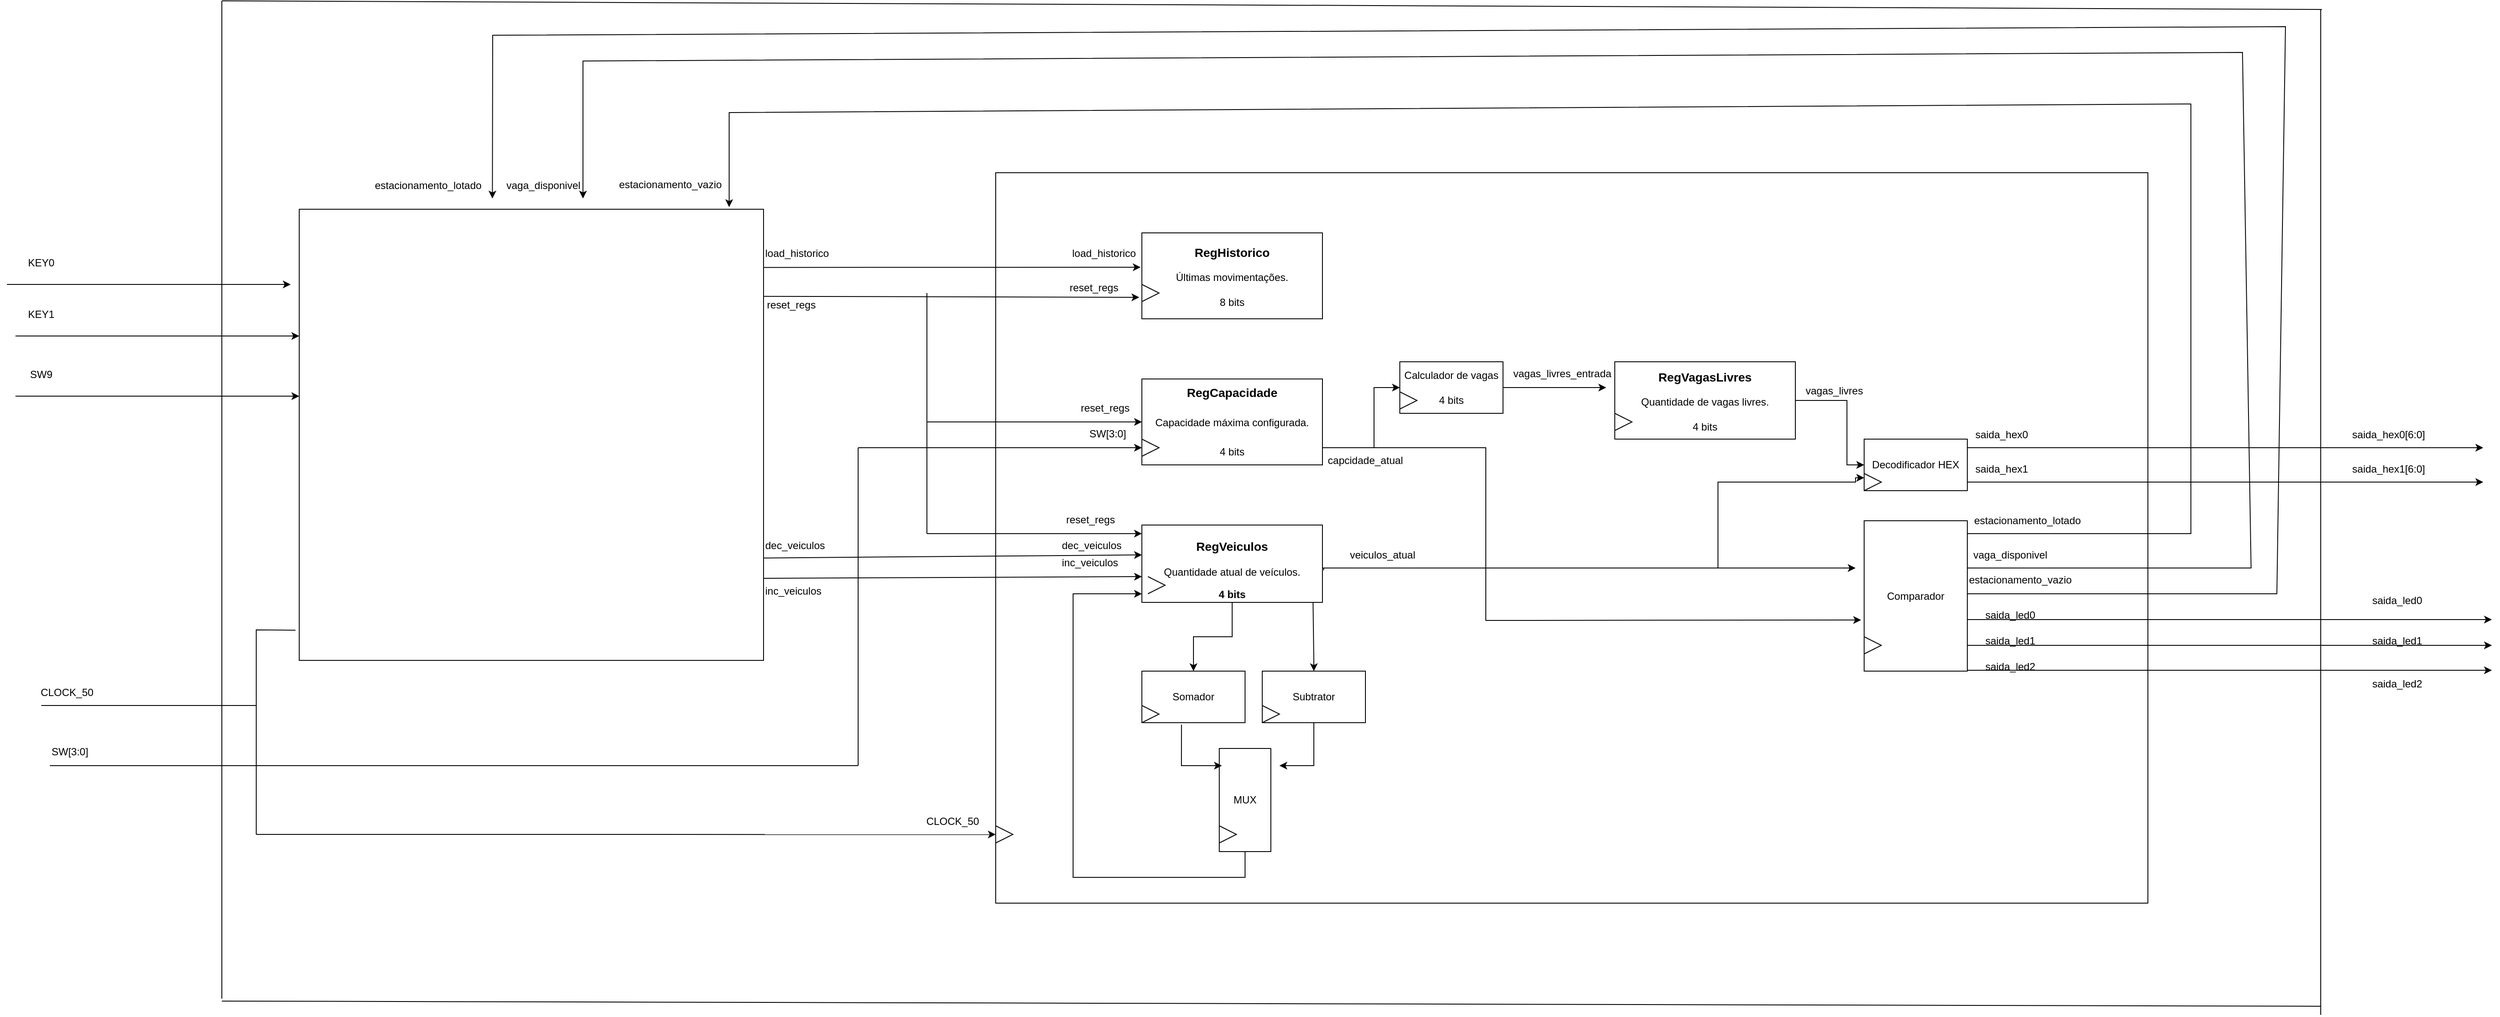
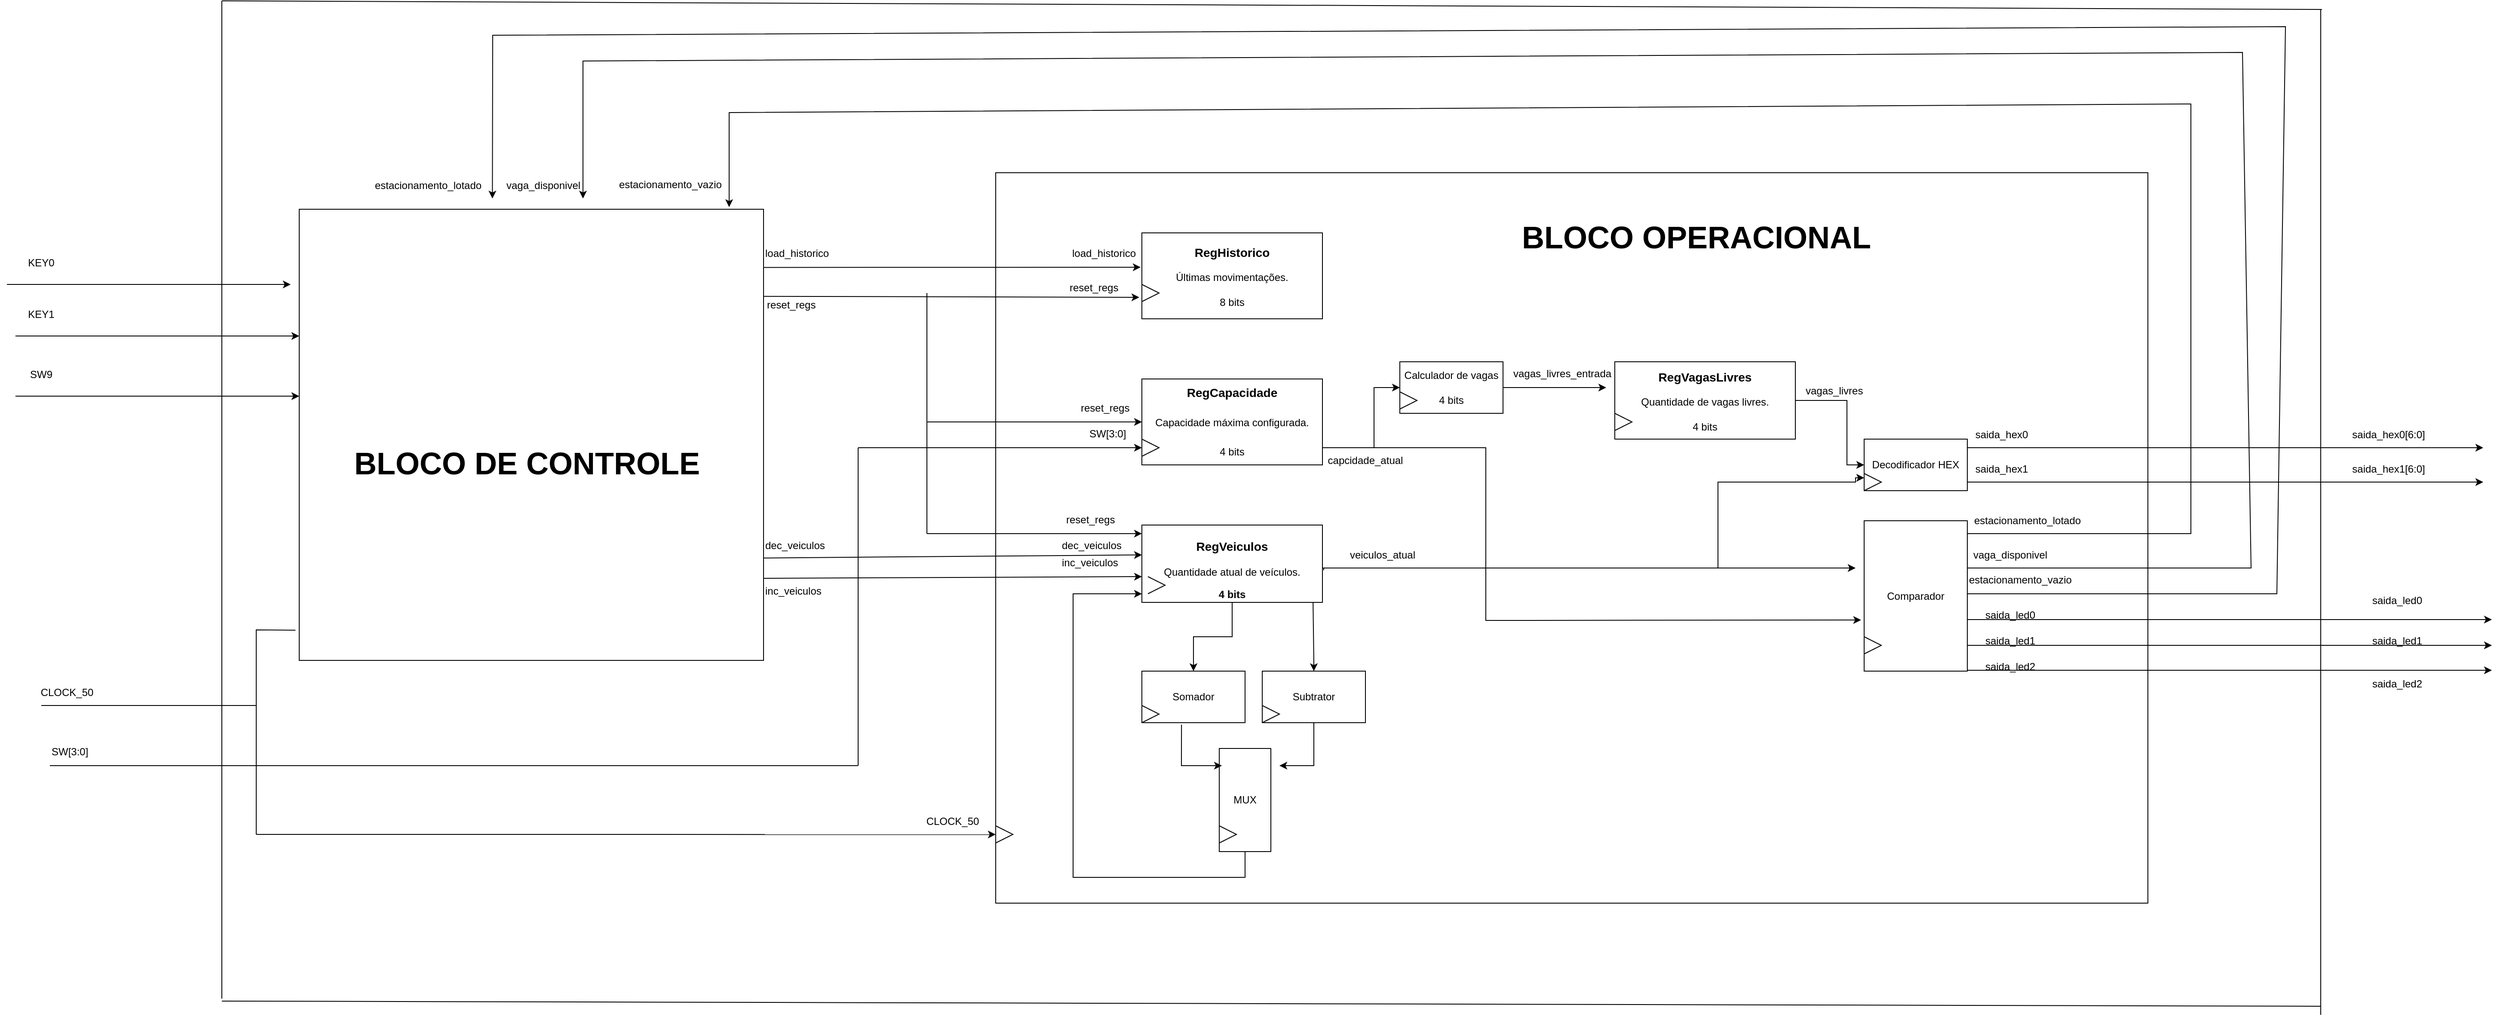
<mxfile host="app.diagrams.net">
  <diagram name="Página-1" id="d41x15CVSp_s70XJIhJv">
-     <mxGraphModel dx="2167" dy="604" grid="1" gridSize="10" guides="1" tooltips="1" connect="1" arrows="1" fold="1" page="1" pageScale="1" pageWidth="827" pageHeight="1169" math="0" shadow="0">
+     <mxGraphModel dx="2741" dy="863" grid="1" gridSize="10" guides="1" tooltips="1" connect="1" arrows="1" fold="1" page="1" pageScale="1" pageWidth="827" pageHeight="1169" math="0" shadow="0">
      <root>
        <mxCell id="0" />
        <mxCell id="1" parent="0" />
        <mxCell id="YvKMwsqnfYFEgG-n85V9-371" parent="1" style="rounded=0;whiteSpace=wrap;html=1;" value="" vertex="1">
          <mxGeometry height="850" width="1340" x="940" y="790" as="geometry" />
        </mxCell>
        <mxCell id="YvKMwsqnfYFEgG-n85V9-372" edge="1" parent="1" source="YvKMwsqnfYFEgG-n85V9-374" style="edgeStyle=orthogonalEdgeStyle;rounded=0;orthogonalLoop=1;jettySize=auto;html=1;" target="YvKMwsqnfYFEgG-n85V9-379" value="">
          <mxGeometry relative="1" as="geometry" />
        </mxCell>
        <mxCell id="YvKMwsqnfYFEgG-n85V9-373" edge="1" parent="1" source="YvKMwsqnfYFEgG-n85V9-395" style="edgeStyle=orthogonalEdgeStyle;rounded=0;orthogonalLoop=1;jettySize=auto;html=1;entryX=0;entryY=0.5;entryDx=0;entryDy=0;exitX=1;exitY=0.75;exitDx=0;exitDy=0;">
          <mxGeometry relative="1" as="geometry">
            <mxPoint x="1320" y="1277.5" as="sourcePoint" />
            <mxPoint x="2040" y="1140" as="targetPoint" />
          </mxGeometry>
        </mxCell>
        <mxCell id="YvKMwsqnfYFEgG-n85V9-374" parent="1" style="rounded=0;whiteSpace=wrap;html=1;" value="&lt;h3 data-section-id=&quot;1qr6i3u&quot; data-start=&quot;592&quot; data-end=&quot;607&quot;&gt;RegVeiculos&lt;/h3&gt;Quantidade atual de veículos.&lt;p data-start=&quot;609&quot; data-end=&quot;618&quot;&gt;&lt;/p&gt;&lt;div&gt;&lt;b&gt;4 bits&lt;/b&gt;&lt;/div&gt;" vertex="1">
          <mxGeometry height="90" width="210" x="1110" y="1200" as="geometry" />
        </mxCell>
        <mxCell id="YvKMwsqnfYFEgG-n85V9-375" parent="1" style="rounded=0;whiteSpace=wrap;html=1;" value="&lt;h3 data-section-id=&quot;1qr6i3u&quot; data-start=&quot;592&quot; data-end=&quot;607&quot;&gt;RegCapacidade&lt;br&gt;&lt;span style=&quot;background-color: transparent; font-weight: normal; font-size: 12px; color: light-dark(rgb(0, 0, 0), rgb(255, 255, 255));&quot;&gt;&lt;br&gt;Capacidade máxima configurada.&lt;br&gt;&amp;nbsp;&lt;br&gt;&lt;/span&gt;&lt;span style=&quot;background-color: transparent; font-size: 12px; font-weight: 400;&quot;&gt;4 bits&lt;/span&gt;&lt;/h3&gt;&lt;p data-start=&quot;609&quot; data-end=&quot;618&quot;&gt;&lt;/p&gt;" vertex="1">
          <mxGeometry height="100" width="210" x="1110" y="1030" as="geometry" />
        </mxCell>
        <mxCell id="YvKMwsqnfYFEgG-n85V9-376" edge="1" parent="1" source="YvKMwsqnfYFEgG-n85V9-377" style="edgeStyle=orthogonalEdgeStyle;rounded=0;orthogonalLoop=1;jettySize=auto;html=1;entryX=0;entryY=0.5;entryDx=0;entryDy=0;" target="YvKMwsqnfYFEgG-n85V9-395">
          <mxGeometry relative="1" as="geometry">
            <Array as="points">
              <mxPoint x="1930" y="1055" />
              <mxPoint x="1930" y="1130" />
            </Array>
          </mxGeometry>
        </mxCell>
        <mxCell id="YvKMwsqnfYFEgG-n85V9-377" parent="1" style="rounded=0;whiteSpace=wrap;html=1;" value="&lt;h3 data-section-id=&quot;wtvnhf&quot; data-start=&quot;807&quot; data-end=&quot;825&quot;&gt;RegVagasLivres&lt;/h3&gt;Quantidade de vagas livres.&lt;br&gt;&lt;br&gt;4 bits&lt;p data-start=&quot;827&quot; data-end=&quot;836&quot;&gt;&lt;/p&gt;" vertex="1">
          <mxGeometry height="90" width="210" x="1660" y="1010" as="geometry" />
        </mxCell>
        <mxCell id="YvKMwsqnfYFEgG-n85V9-378" parent="1" style="rounded=0;whiteSpace=wrap;html=1;" value="&lt;h3 data-section-id=&quot;1qr6i3u&quot; data-start=&quot;592&quot; data-end=&quot;607&quot;&gt;RegHistorico&lt;br&gt;&lt;/h3&gt;&lt;div&gt;Últimas movimentações.&lt;br&gt;&lt;br&gt;8 bits&lt;/div&gt;&lt;p data-start=&quot;609&quot; data-end=&quot;618&quot;&gt;&lt;/p&gt;" vertex="1">
          <mxGeometry height="100" width="210" x="1110" y="860" as="geometry" />
        </mxCell>
        <mxCell id="YvKMwsqnfYFEgG-n85V9-379" parent="1" style="rounded=0;whiteSpace=wrap;html=1;" value="Somador" vertex="1">
          <mxGeometry height="60" width="120" x="1110" y="1370" as="geometry" />
        </mxCell>
        <mxCell id="YvKMwsqnfYFEgG-n85V9-380" parent="1" style="rounded=0;whiteSpace=wrap;html=1;" value="Subtrator" vertex="1">
          <mxGeometry height="60" width="120" x="1250" y="1370" as="geometry" />
        </mxCell>
        <mxCell id="YvKMwsqnfYFEgG-n85V9-381" parent="1" style="rounded=0;whiteSpace=wrap;html=1;" value="Comparador" vertex="1">
          <mxGeometry height="175" width="120" x="1950" y="1195" as="geometry" />
        </mxCell>
        <mxCell id="YvKMwsqnfYFEgG-n85V9-382" edge="1" parent="1" source="YvKMwsqnfYFEgG-n85V9-383" style="edgeStyle=orthogonalEdgeStyle;rounded=0;orthogonalLoop=1;jettySize=auto;html=1;">
          <mxGeometry relative="1" as="geometry">
            <mxPoint x="1650" y="1040" as="targetPoint" />
          </mxGeometry>
        </mxCell>
        <mxCell id="YvKMwsqnfYFEgG-n85V9-383" parent="1" style="rounded=0;whiteSpace=wrap;html=1;" value="Calculador de vagas&lt;br&gt;&lt;br&gt;4 bits" vertex="1">
          <mxGeometry height="60" width="120" x="1410" y="1010" as="geometry" />
        </mxCell>
        <mxCell id="YvKMwsqnfYFEgG-n85V9-384" edge="1" parent="1" source="YvKMwsqnfYFEgG-n85V9-374" style="endArrow=classic;html=1;rounded=0;exitX=0.948;exitY=1;exitDx=0;exitDy=0;exitPerimeter=0;entryX=0.5;entryY=0;entryDx=0;entryDy=0;" target="YvKMwsqnfYFEgG-n85V9-380" value="">
          <mxGeometry height="50" relative="1" width="50" as="geometry">
            <Array as="points">
              <mxPoint x="1310" y="1360" />
            </Array>
            <mxPoint x="1330" y="1370" as="sourcePoint" />
            <mxPoint x="1430" y="1360" as="targetPoint" />
          </mxGeometry>
        </mxCell>
        <mxCell id="YvKMwsqnfYFEgG-n85V9-385" parent="1" style="rounded=0;whiteSpace=wrap;html=1;rotation=90;" value="" vertex="1">
          <mxGeometry height="60" width="120" x="1170" y="1490" as="geometry" />
        </mxCell>
        <mxCell id="YvKMwsqnfYFEgG-n85V9-386" edge="1" parent="1" source="YvKMwsqnfYFEgG-n85V9-379" style="endArrow=classic;html=1;rounded=0;entryX=0.167;entryY=0.95;entryDx=0;entryDy=0;entryPerimeter=0;exitX=0.384;exitY=1.037;exitDx=0;exitDy=0;exitPerimeter=0;" target="YvKMwsqnfYFEgG-n85V9-385" value="">
          <mxGeometry height="50" relative="1" width="50" as="geometry">
            <Array as="points">
              <mxPoint x="1156" y="1480" />
            </Array>
            <mxPoint x="1551" y="1290" as="sourcePoint" />
            <mxPoint x="1601" y="1240" as="targetPoint" />
          </mxGeometry>
        </mxCell>
        <mxCell id="YvKMwsqnfYFEgG-n85V9-387" edge="1" parent="1" source="YvKMwsqnfYFEgG-n85V9-380" style="endArrow=classic;html=1;rounded=0;exitX=0.5;exitY=1;exitDx=0;exitDy=0;" value="">
          <mxGeometry height="50" relative="1" width="50" as="geometry">
            <Array as="points">
              <mxPoint x="1310" y="1480" />
            </Array>
            <mxPoint x="1320" y="1440" as="sourcePoint" />
            <mxPoint x="1270" y="1480" as="targetPoint" />
          </mxGeometry>
        </mxCell>
        <mxCell id="YvKMwsqnfYFEgG-n85V9-388" parent="1" style="text;html=1;whiteSpace=wrap;strokeColor=none;fillColor=none;align=center;verticalAlign=middle;rounded=0;" value="MUX" vertex="1">
          <mxGeometry height="30" width="60" x="1200" y="1505" as="geometry" />
        </mxCell>
        <mxCell id="YvKMwsqnfYFEgG-n85V9-389" edge="1" parent="1" style="endArrow=classic;html=1;rounded=0;entryX=0;entryY=0.5;entryDx=0;entryDy=0;" target="YvKMwsqnfYFEgG-n85V9-383" value="">
          <mxGeometry height="50" relative="1" width="50" as="geometry">
            <Array as="points">
              <mxPoint x="1380" y="1110" />
              <mxPoint x="1380" y="1040" />
            </Array>
            <mxPoint x="1320" y="1110" as="sourcePoint" />
            <mxPoint x="1370" y="990" as="targetPoint" />
          </mxGeometry>
        </mxCell>
        <mxCell id="YvKMwsqnfYFEgG-n85V9-390" edge="1" parent="1" source="YvKMwsqnfYFEgG-n85V9-385" style="endArrow=classic;html=1;rounded=0;entryX=0;entryY=0.667;entryDx=0;entryDy=0;entryPerimeter=0;exitX=1;exitY=0.5;exitDx=0;exitDy=0;" value="">
          <mxGeometry height="50" relative="1" width="50" as="geometry">
            <Array as="points">
              <mxPoint x="1230" y="1610" />
              <mxPoint x="1030" y="1610" />
              <mxPoint x="1030" y="1280" />
            </Array>
            <mxPoint x="1230" y="1600" as="sourcePoint" />
            <mxPoint x="1110" y="1280.03" as="targetPoint" />
          </mxGeometry>
        </mxCell>
        <mxCell id="YvKMwsqnfYFEgG-n85V9-391" edge="1" parent="1" style="endArrow=classic;html=1;rounded=0;" value="">
          <mxGeometry height="50" relative="1" width="50" as="geometry">
            <Array as="points">
              <mxPoint x="2330" y="1210" />
              <mxPoint x="2330" y="710" />
              <mxPoint x="630" y="720" />
            </Array>
            <mxPoint x="2070" y="1210" as="sourcePoint" />
            <mxPoint x="630" y="830" as="targetPoint" />
          </mxGeometry>
        </mxCell>
        <mxCell id="YvKMwsqnfYFEgG-n85V9-392" edge="1" parent="1" style="endArrow=classic;html=1;rounded=0;" value="">
          <mxGeometry height="50" relative="1" width="50" as="geometry">
            <Array as="points">
              <mxPoint x="2430" y="1280" />
              <mxPoint x="2440" y="620" />
              <mxPoint x="355" y="630" />
            </Array>
            <mxPoint x="2070" y="1280" as="sourcePoint" />
            <mxPoint x="354.666748046875" y="820" as="targetPoint" />
          </mxGeometry>
        </mxCell>
        <mxCell id="YvKMwsqnfYFEgG-n85V9-393" edge="1" parent="1" style="endArrow=classic;html=1;rounded=0;" value="">
          <mxGeometry height="50" relative="1" width="50" as="geometry">
            <Array as="points">
              <mxPoint x="2400" y="1250" />
              <mxPoint x="2390" y="650" />
              <mxPoint x="460" y="660" />
            </Array>
            <mxPoint x="2070" y="1250" as="sourcePoint" />
            <mxPoint x="460" y="820" as="targetPoint" />
          </mxGeometry>
        </mxCell>
        <mxCell id="YvKMwsqnfYFEgG-n85V9-394" edge="1" parent="1" source="YvKMwsqnfYFEgG-n85V9-374" style="edgeStyle=orthogonalEdgeStyle;rounded=0;orthogonalLoop=1;jettySize=auto;html=1;exitX=1.007;exitY=0.585;exitDx=0;exitDy=0;entryX=0;entryY=0.75;entryDx=0;entryDy=0;exitPerimeter=0;" target="YvKMwsqnfYFEgG-n85V9-395" value="">
          <mxGeometry relative="1" as="geometry">
            <Array as="points">
              <mxPoint x="1322" y="1250" />
              <mxPoint x="1780" y="1250" />
              <mxPoint x="1780" y="1150" />
              <mxPoint x="1940" y="1150" />
              <mxPoint x="1940" y="1145" />
            </Array>
            <mxPoint x="1310" y="1277.5" as="sourcePoint" />
            <mxPoint x="1930" y="1145" as="targetPoint" />
          </mxGeometry>
        </mxCell>
        <mxCell id="YvKMwsqnfYFEgG-n85V9-395" parent="1" style="rounded=0;whiteSpace=wrap;html=1;" value="Decodificador HEX" vertex="1">
          <mxGeometry height="60" width="120" x="1950" y="1100" as="geometry" />
        </mxCell>
        <mxCell id="YvKMwsqnfYFEgG-n85V9-396" parent="1" style="text;html=1;whiteSpace=wrap;strokeColor=none;fillColor=none;align=center;verticalAlign=middle;rounded=0;" value="estacionamento_lotado" vertex="1">
          <mxGeometry height="30" width="60" x="2110" y="1180" as="geometry" />
        </mxCell>
        <mxCell id="YvKMwsqnfYFEgG-n85V9-397" parent="1" style="text;html=1;whiteSpace=wrap;strokeColor=none;fillColor=none;align=center;verticalAlign=middle;rounded=0;" value="vaga_disponivel" vertex="1">
          <mxGeometry height="30" width="60" x="2090" y="1220" as="geometry" />
        </mxCell>
        <mxCell id="YvKMwsqnfYFEgG-n85V9-398" edge="1" parent="1" source="YvKMwsqnfYFEgG-n85V9-381" style="edgeStyle=orthogonalEdgeStyle;rounded=0;orthogonalLoop=1;jettySize=auto;html=1;exitX=0.5;exitY=1;exitDx=0;exitDy=0;" target="YvKMwsqnfYFEgG-n85V9-381">
          <mxGeometry relative="1" as="geometry" />
        </mxCell>
        <mxCell id="YvKMwsqnfYFEgG-n85V9-399" edge="1" parent="1" style="endArrow=classic;html=1;rounded=0;" value="">
          <mxGeometry height="50" relative="1" width="50" as="geometry">
            <mxPoint x="1320" y="1250" as="sourcePoint" />
            <mxPoint x="1940" y="1250" as="targetPoint" />
          </mxGeometry>
        </mxCell>
        <mxCell id="YvKMwsqnfYFEgG-n85V9-400" parent="1" style="text;whiteSpace=wrap;html=1;" value="vagas_livres_entrada" vertex="1">
          <mxGeometry height="40" width="140" x="1540" y="1010" as="geometry" />
        </mxCell>
        <mxCell id="YvKMwsqnfYFEgG-n85V9-401" parent="1" style="text;whiteSpace=wrap;" value="vagas_livres" vertex="1">
          <mxGeometry height="40" width="120" x="1880" y="1030" as="geometry" />
        </mxCell>
        <mxCell id="YvKMwsqnfYFEgG-n85V9-402" edge="1" parent="1" style="endArrow=classic;html=1;rounded=0;entryX=0;entryY=0.111;entryDx=0;entryDy=0;entryPerimeter=0;" target="YvKMwsqnfYFEgG-n85V9-374" value="">
          <mxGeometry height="50" relative="1" width="50" as="geometry">
            <mxPoint x="860" y="1210" as="sourcePoint" />
            <mxPoint x="1040" y="1160" as="targetPoint" />
          </mxGeometry>
        </mxCell>
        <mxCell id="YvKMwsqnfYFEgG-n85V9-403" edge="1" parent="1" source="YvKMwsqnfYFEgG-n85V9-441" style="endArrow=classic;html=1;rounded=0;exitX=1;exitY=0.773;exitDx=0;exitDy=0;exitPerimeter=0;" value="">
          <mxGeometry height="50" relative="1" width="50" as="geometry">
            <mxPoint x="990" y="1235.25" as="sourcePoint" />
            <mxPoint x="1110" y="1234.75" as="targetPoint" />
          </mxGeometry>
        </mxCell>
        <mxCell id="YvKMwsqnfYFEgG-n85V9-404" edge="1" parent="1" source="YvKMwsqnfYFEgG-n85V9-441" style="endArrow=classic;html=1;rounded=0;entryX=0;entryY=0.667;entryDx=0;entryDy=0;entryPerimeter=0;exitX=1.001;exitY=0.818;exitDx=0;exitDy=0;exitPerimeter=0;" target="YvKMwsqnfYFEgG-n85V9-374" value="">
          <mxGeometry height="50" relative="1" width="50" as="geometry">
            <mxPoint x="990" y="1260" as="sourcePoint" />
            <mxPoint x="1040" y="1210" as="targetPoint" />
          </mxGeometry>
        </mxCell>
        <mxCell id="YvKMwsqnfYFEgG-n85V9-405" edge="1" parent="1" style="endArrow=classic;html=1;rounded=0;" value="">
          <mxGeometry height="50" relative="1" width="50" as="geometry">
            <mxPoint x="860" y="1080" as="sourcePoint" />
            <mxPoint x="1110" y="1080" as="targetPoint" />
          </mxGeometry>
        </mxCell>
        <mxCell id="YvKMwsqnfYFEgG-n85V9-406" parent="1" style="text;whiteSpace=wrap;html=1;" value="SW[3:0]" vertex="1">
          <mxGeometry height="40" width="80" x="1047" y="1080" as="geometry" />
        </mxCell>
        <mxCell id="YvKMwsqnfYFEgG-n85V9-407" edge="1" parent="1" style="endArrow=classic;html=1;rounded=0;" value="">
          <mxGeometry height="50" relative="1" width="50" as="geometry">
            <mxPoint x="780" y="1110" as="sourcePoint" />
            <mxPoint x="1110" y="1110" as="targetPoint" />
          </mxGeometry>
        </mxCell>
        <mxCell id="YvKMwsqnfYFEgG-n85V9-408" parent="1" style="text;whiteSpace=wrap;" value="load_historico" vertex="1">
          <mxGeometry height="40" width="110" x="1027" y="870" as="geometry" />
        </mxCell>
        <mxCell id="YvKMwsqnfYFEgG-n85V9-409" edge="1" parent="1" source="YvKMwsqnfYFEgG-n85V9-441" style="endArrow=classic;html=1;rounded=0;exitX=1;exitY=0.129;exitDx=0;exitDy=0;exitPerimeter=0;" value="">
          <mxGeometry height="50" relative="1" width="50" as="geometry">
            <mxPoint x="1031.5" y="900" as="sourcePoint" />
            <mxPoint x="1108.5" y="900" as="targetPoint" />
          </mxGeometry>
        </mxCell>
        <mxCell id="YvKMwsqnfYFEgG-n85V9-410" edge="1" parent="1" source="YvKMwsqnfYFEgG-n85V9-441" style="endArrow=classic;html=1;rounded=0;exitX=1;exitY=0.193;exitDx=0;exitDy=0;exitPerimeter=0;" value="">
          <mxGeometry height="50" relative="1" width="50" as="geometry">
            <mxPoint x="1030" y="935" as="sourcePoint" />
            <mxPoint x="1107" y="935" as="targetPoint" />
          </mxGeometry>
        </mxCell>
        <mxCell id="YvKMwsqnfYFEgG-n85V9-411" edge="1" parent="1" style="endArrow=classic;html=1;rounded=0;" value="">
          <mxGeometry height="50" relative="1" width="50" as="geometry">
            <Array as="points">
              <mxPoint x="2110" y="1150" />
            </Array>
            <mxPoint x="2070" y="1150" as="sourcePoint" />
            <mxPoint x="2670" y="1150" as="targetPoint" />
          </mxGeometry>
        </mxCell>
        <mxCell id="YvKMwsqnfYFEgG-n85V9-412" parent="1" style="text;whiteSpace=wrap;html=1;" value="inc_veiculos" vertex="1">
          <mxGeometry height="40" width="100" x="1015" y="1230" as="geometry" />
        </mxCell>
        <mxCell id="YvKMwsqnfYFEgG-n85V9-413" parent="1" style="text;whiteSpace=wrap;html=1;" value="dec_veiculos" vertex="1">
          <mxGeometry height="40" width="100" x="1015" y="1210" as="geometry" />
        </mxCell>
        <mxCell id="YvKMwsqnfYFEgG-n85V9-414" parent="1" style="text;whiteSpace=wrap;html=1;" value="reset_regs" vertex="1">
          <mxGeometry height="30" width="90" x="1020" y="1180" as="geometry" />
        </mxCell>
        <mxCell id="YvKMwsqnfYFEgG-n85V9-415" parent="1" style="text;whiteSpace=wrap;html=1;" value="reset_regs" vertex="1">
          <mxGeometry height="40" width="90" x="1037" y="1050" as="geometry" />
        </mxCell>
        <mxCell id="YvKMwsqnfYFEgG-n85V9-416" parent="1" style="text;whiteSpace=wrap;html=1;" value="reset_regs" vertex="1">
          <mxGeometry height="40" width="97" x="1023.5" y="910" as="geometry" />
        </mxCell>
        <mxCell id="YvKMwsqnfYFEgG-n85V9-417" parent="1" style="text;whiteSpace=wrap;html=1;" value="estacionamento_vazio" vertex="1">
          <mxGeometry height="40" width="150" x="2070" y="1250" as="geometry" />
        </mxCell>
        <mxCell id="YvKMwsqnfYFEgG-n85V9-418" edge="1" parent="1" style="endArrow=classic;html=1;rounded=0;" value="">
          <mxGeometry height="50" relative="1" width="50" as="geometry">
            <mxPoint x="2070" y="1310" as="sourcePoint" />
            <mxPoint x="2680" y="1310" as="targetPoint" />
          </mxGeometry>
        </mxCell>
        <mxCell id="YvKMwsqnfYFEgG-n85V9-419" edge="1" parent="1" style="endArrow=classic;html=1;rounded=0;" value="">
          <mxGeometry height="50" relative="1" width="50" as="geometry">
            <mxPoint x="2070" y="1369" as="sourcePoint" />
            <mxPoint x="2680" y="1369" as="targetPoint" />
          </mxGeometry>
        </mxCell>
        <mxCell id="YvKMwsqnfYFEgG-n85V9-420" edge="1" parent="1" style="endArrow=classic;html=1;rounded=0;" value="">
          <mxGeometry height="50" relative="1" width="50" as="geometry">
            <mxPoint x="2070" y="1340" as="sourcePoint" />
            <mxPoint x="2680" y="1340" as="targetPoint" />
          </mxGeometry>
        </mxCell>
        <mxCell id="YvKMwsqnfYFEgG-n85V9-421" parent="1" style="text;html=1;whiteSpace=wrap;strokeColor=none;fillColor=none;align=center;verticalAlign=middle;rounded=0;" value="saida_led0" vertex="1">
          <mxGeometry height="30" width="60" x="2090" y="1290" as="geometry" />
        </mxCell>
        <mxCell id="YvKMwsqnfYFEgG-n85V9-422" parent="1" style="text;html=1;whiteSpace=wrap;strokeColor=none;fillColor=none;align=center;verticalAlign=middle;rounded=0;" value="saida_led1" vertex="1">
          <mxGeometry height="30" width="60" x="2090" y="1320" as="geometry" />
        </mxCell>
        <mxCell id="YvKMwsqnfYFEgG-n85V9-423" parent="1" style="text;html=1;whiteSpace=wrap;strokeColor=none;fillColor=none;align=center;verticalAlign=middle;rounded=0;" value="saida_led2" vertex="1">
          <mxGeometry height="30" width="60" x="2090" y="1350" as="geometry" />
        </mxCell>
        <mxCell id="YvKMwsqnfYFEgG-n85V9-424" edge="1" parent="1" style="endArrow=classic;html=1;rounded=0;" value="">
          <mxGeometry height="50" relative="1" width="50" as="geometry">
            <mxPoint x="2070" y="1110" as="sourcePoint" />
            <mxPoint x="2670" y="1110" as="targetPoint" />
          </mxGeometry>
        </mxCell>
        <mxCell id="YvKMwsqnfYFEgG-n85V9-425" parent="1" style="text;html=1;whiteSpace=wrap;strokeColor=none;fillColor=none;align=center;verticalAlign=middle;rounded=0;" value="saida_hex0" vertex="1">
          <mxGeometry height="30" width="60" x="2080" y="1080" as="geometry" />
        </mxCell>
        <mxCell id="YvKMwsqnfYFEgG-n85V9-426" parent="1" style="text;html=1;whiteSpace=wrap;strokeColor=none;fillColor=none;align=center;verticalAlign=middle;rounded=0;" value="saida_hex1" vertex="1">
          <mxGeometry height="30" width="60" x="2080" y="1120" as="geometry" />
        </mxCell>
        <mxCell id="YvKMwsqnfYFEgG-n85V9-427" edge="1" parent="1" style="endArrow=classic;html=1;rounded=0;entryX=-0.03;entryY=0.66;entryDx=0;entryDy=0;entryPerimeter=0;" target="YvKMwsqnfYFEgG-n85V9-381" value="">
          <mxGeometry height="50" relative="1" width="50" as="geometry">
            <Array as="points">
              <mxPoint x="1510" y="1110" />
              <mxPoint x="1510" y="1311" />
            </Array>
            <mxPoint x="1380" y="1110" as="sourcePoint" />
            <mxPoint x="1430" y="1060" as="targetPoint" />
          </mxGeometry>
        </mxCell>
        <mxCell id="YvKMwsqnfYFEgG-n85V9-428" parent="1" style="text;html=1;whiteSpace=wrap;strokeColor=none;fillColor=none;align=center;verticalAlign=middle;rounded=0;" value="veiculos_atual" vertex="1">
          <mxGeometry height="30" width="60" x="1360" y="1220" as="geometry" />
        </mxCell>
        <mxCell id="YvKMwsqnfYFEgG-n85V9-429" parent="1" style="text;html=1;whiteSpace=wrap;strokeColor=none;fillColor=none;align=center;verticalAlign=middle;rounded=0;" value="capcidade_atual" vertex="1">
          <mxGeometry height="30" width="60" x="1340" y="1110" as="geometry" />
        </mxCell>
        <mxCell id="YvKMwsqnfYFEgG-n85V9-430" edge="1" parent="1" style="endArrow=none;html=1;rounded=0;" value="">
          <mxGeometry height="50" relative="1" width="50" as="geometry">
            <Array as="points">
              <mxPoint x="1137" y="1270" />
            </Array>
            <mxPoint x="1117" y="1260" as="sourcePoint" />
            <mxPoint x="1117" y="1280" as="targetPoint" />
          </mxGeometry>
        </mxCell>
        <mxCell id="YvKMwsqnfYFEgG-n85V9-431" edge="1" parent="1" style="endArrow=none;html=1;rounded=0;" value="">
          <mxGeometry height="50" relative="1" width="50" as="geometry">
            <Array as="points">
              <mxPoint x="1130" y="1110" />
            </Array>
            <mxPoint x="1110" y="1100" as="sourcePoint" />
            <mxPoint x="1110" y="1120" as="targetPoint" />
          </mxGeometry>
        </mxCell>
        <mxCell id="YvKMwsqnfYFEgG-n85V9-432" edge="1" parent="1" style="endArrow=none;html=1;rounded=0;" value="">
          <mxGeometry height="50" relative="1" width="50" as="geometry">
            <Array as="points">
              <mxPoint x="1130" y="930" />
            </Array>
            <mxPoint x="1110" y="920" as="sourcePoint" />
            <mxPoint x="1110" y="940" as="targetPoint" />
          </mxGeometry>
        </mxCell>
        <mxCell id="YvKMwsqnfYFEgG-n85V9-433" edge="1" parent="1" style="endArrow=none;html=1;rounded=0;" value="">
          <mxGeometry height="50" relative="1" width="50" as="geometry">
            <Array as="points">
              <mxPoint x="1680" y="1080" />
            </Array>
            <mxPoint x="1660" y="1070" as="sourcePoint" />
            <mxPoint x="1660" y="1090" as="targetPoint" />
          </mxGeometry>
        </mxCell>
        <mxCell id="YvKMwsqnfYFEgG-n85V9-434" edge="1" parent="1" style="endArrow=none;html=1;rounded=0;" value="">
          <mxGeometry height="50" relative="1" width="50" as="geometry">
            <Array as="points">
              <mxPoint x="1430" y="1055" />
            </Array>
            <mxPoint x="1410" y="1045" as="sourcePoint" />
            <mxPoint x="1410" y="1065" as="targetPoint" />
          </mxGeometry>
        </mxCell>
        <mxCell id="YvKMwsqnfYFEgG-n85V9-435" edge="1" parent="1" style="endArrow=none;html=1;rounded=0;" value="">
          <mxGeometry height="50" relative="1" width="50" as="geometry">
            <Array as="points">
              <mxPoint x="1970" y="1340" />
            </Array>
            <mxPoint x="1950" y="1330" as="sourcePoint" />
            <mxPoint x="1950" y="1350" as="targetPoint" />
          </mxGeometry>
        </mxCell>
        <mxCell id="YvKMwsqnfYFEgG-n85V9-436" edge="1" parent="1" style="endArrow=none;html=1;rounded=0;" value="">
          <mxGeometry height="50" relative="1" width="50" as="geometry">
            <Array as="points">
              <mxPoint x="1970" y="1150" />
            </Array>
            <mxPoint x="1950" y="1140" as="sourcePoint" />
            <mxPoint x="1950" y="1160" as="targetPoint" />
          </mxGeometry>
        </mxCell>
        <mxCell id="YvKMwsqnfYFEgG-n85V9-437" edge="1" parent="1" style="endArrow=none;html=1;rounded=0;" value="">
          <mxGeometry height="50" relative="1" width="50" as="geometry">
            <Array as="points">
              <mxPoint x="1130" y="1420" />
            </Array>
            <mxPoint x="1110" y="1410" as="sourcePoint" />
            <mxPoint x="1110" y="1430" as="targetPoint" />
          </mxGeometry>
        </mxCell>
        <mxCell id="YvKMwsqnfYFEgG-n85V9-438" edge="1" parent="1" style="endArrow=none;html=1;rounded=0;" value="">
          <mxGeometry height="50" relative="1" width="50" as="geometry">
            <Array as="points">
              <mxPoint x="1270" y="1420" />
            </Array>
            <mxPoint x="1250" y="1410" as="sourcePoint" />
            <mxPoint x="1250" y="1430" as="targetPoint" />
          </mxGeometry>
        </mxCell>
        <mxCell id="YvKMwsqnfYFEgG-n85V9-439" edge="1" parent="1" style="endArrow=none;html=1;rounded=0;" value="">
          <mxGeometry height="50" relative="1" width="50" as="geometry">
            <Array as="points">
              <mxPoint x="1220" y="1560" />
            </Array>
            <mxPoint x="1200" y="1550" as="sourcePoint" />
            <mxPoint x="1200" y="1570" as="targetPoint" />
          </mxGeometry>
        </mxCell>
        <mxCell id="YvKMwsqnfYFEgG-n85V9-441" parent="1" style="rounded=0;whiteSpace=wrap;html=1;" value="" vertex="1">
          <mxGeometry height="525" width="540" x="130" y="832.5" as="geometry" />
        </mxCell>
        <mxCell id="YvKMwsqnfYFEgG-n85V9-442" edge="1" parent="1" style="endArrow=none;html=1;rounded=0;" value="">
          <mxGeometry height="50" relative="1" width="50" as="geometry">
            <mxPoint x="860" y="1080" as="sourcePoint" />
            <mxPoint x="860" y="930" as="targetPoint" />
          </mxGeometry>
        </mxCell>
        <mxCell id="YvKMwsqnfYFEgG-n85V9-443" edge="1" parent="1" style="endArrow=none;html=1;rounded=0;" value="">
          <mxGeometry height="50" relative="1" width="50" as="geometry">
            <mxPoint x="860" y="1210" as="sourcePoint" />
            <mxPoint x="860" y="1080" as="targetPoint" />
          </mxGeometry>
        </mxCell>
        <mxCell id="YvKMwsqnfYFEgG-n85V9-444" parent="1" style="text;whiteSpace=wrap;html=1;" value="dec_veiculos" vertex="1">
          <mxGeometry height="40" width="100" x="670" y="1210" as="geometry" />
        </mxCell>
        <mxCell id="YvKMwsqnfYFEgG-n85V9-445" parent="1" style="text;whiteSpace=wrap;html=1;" value="inc_veiculos" vertex="1">
          <mxGeometry height="40" width="100" x="670" y="1262.5" as="geometry" />
        </mxCell>
        <mxCell id="YvKMwsqnfYFEgG-n85V9-446" parent="1" style="text;whiteSpace=wrap;html=1;" value="reset_regs" vertex="1">
          <mxGeometry height="40" width="97" x="671.5" y="930" as="geometry" />
        </mxCell>
        <mxCell id="YvKMwsqnfYFEgG-n85V9-447" parent="1" style="text;whiteSpace=wrap;" value="load_historico" vertex="1">
          <mxGeometry height="40" width="110" x="670" y="870" as="geometry" />
        </mxCell>
        <mxCell id="YvKMwsqnfYFEgG-n85V9-448" edge="1" parent="1" style="endArrow=none;html=1;rounded=0;" value="">
          <mxGeometry height="50" relative="1" width="50" as="geometry">
            <mxPoint x="780" y="1480" as="sourcePoint" />
            <mxPoint x="780" y="1110" as="targetPoint" />
          </mxGeometry>
        </mxCell>
        <mxCell id="YvKMwsqnfYFEgG-n85V9-451" edge="1" parent="1" style="endArrow=none;html=1;rounded=0;" value="">
          <mxGeometry height="50" relative="1" width="50" as="geometry">
            <mxPoint x="-160" y="1480" as="sourcePoint" />
            <mxPoint x="780" y="1480" as="targetPoint" />
          </mxGeometry>
        </mxCell>
        <mxCell id="YvKMwsqnfYFEgG-n85V9-452" parent="1" style="text;whiteSpace=wrap;html=1;" value="SW[3:0]" vertex="1">
          <mxGeometry height="40" width="80" x="-160" y="1450" as="geometry" />
        </mxCell>
        <mxCell id="YvKMwsqnfYFEgG-n85V9-454" edge="1" parent="1" style="endArrow=classic;html=1;rounded=0;entryX=0;entryY=0.906;entryDx=0;entryDy=0;entryPerimeter=0;" target="YvKMwsqnfYFEgG-n85V9-371" value="">
          <mxGeometry height="50" relative="1" width="50" as="geometry">
            <mxPoint x="80" y="1560" as="sourcePoint" />
            <mxPoint x="90" y="1510" as="targetPoint" />
          </mxGeometry>
        </mxCell>
        <mxCell id="YvKMwsqnfYFEgG-n85V9-455" edge="1" parent="1" style="endArrow=none;html=1;rounded=0;" value="">
          <mxGeometry height="50" relative="1" width="50" as="geometry">
            <Array as="points">
              <mxPoint x="960" y="1560" />
            </Array>
            <mxPoint x="940" y="1550" as="sourcePoint" />
            <mxPoint x="940" y="1570" as="targetPoint" />
          </mxGeometry>
        </mxCell>
        <mxCell id="YvKMwsqnfYFEgG-n85V9-457" parent="1" style="text;html=1;whiteSpace=wrap;strokeColor=none;fillColor=none;align=center;verticalAlign=middle;rounded=0;" value="CLOCK_50" vertex="1">
          <mxGeometry height="30" width="60" x="-170" y="1380" as="geometry" />
        </mxCell>
        <mxCell id="YvKMwsqnfYFEgG-n85V9-458" edge="1" parent="1" style="endArrow=none;html=1;rounded=0;" value="">
          <mxGeometry height="50" relative="1" width="50" as="geometry">
            <mxPoint x="40" y="1751.1852213541667" as="sourcePoint" />
            <mxPoint x="40" y="590" as="targetPoint" />
          </mxGeometry>
        </mxCell>
        <mxCell id="YvKMwsqnfYFEgG-n85V9-460" edge="1" parent="1" style="endArrow=none;html=1;rounded=0;" value="">
          <mxGeometry height="50" relative="1" width="50" as="geometry">
            <mxPoint x="40" y="590" as="sourcePoint" />
            <mxPoint x="2482.3704427083335" y="600" as="targetPoint" />
          </mxGeometry>
        </mxCell>
        <mxCell id="YvKMwsqnfYFEgG-n85V9-461" edge="1" parent="1" style="endArrow=none;html=1;rounded=0;" value="">
          <mxGeometry height="50" relative="1" width="50" as="geometry">
            <mxPoint x="2481" y="600" as="sourcePoint" />
            <mxPoint x="2481" y="1770" as="targetPoint" />
          </mxGeometry>
        </mxCell>
        <mxCell id="YvKMwsqnfYFEgG-n85V9-462" edge="1" parent="1" style="endArrow=none;html=1;rounded=0;" value="">
          <mxGeometry height="50" relative="1" width="50" as="geometry">
            <mxPoint x="40" y="1754" as="sourcePoint" />
            <mxPoint x="2481.1852213541665" y="1760" as="targetPoint" />
          </mxGeometry>
        </mxCell>
        <mxCell id="YvKMwsqnfYFEgG-n85V9-463" edge="1" parent="1" style="endArrow=classic;html=1;rounded=0;" value="">
          <mxGeometry height="50" relative="1" width="50" as="geometry">
            <mxPoint x="-210" y="920" as="sourcePoint" />
            <mxPoint x="120" y="920" as="targetPoint" />
          </mxGeometry>
        </mxCell>
        <mxCell id="YvKMwsqnfYFEgG-n85V9-465" edge="1" parent="1" style="endArrow=classic;html=1;rounded=0;" value="">
          <mxGeometry height="50" relative="1" width="50" as="geometry">
            <mxPoint x="-200" y="980" as="sourcePoint" />
            <mxPoint x="130" y="980" as="targetPoint" />
          </mxGeometry>
        </mxCell>
        <mxCell id="YvKMwsqnfYFEgG-n85V9-466" edge="1" parent="1" style="endArrow=classic;html=1;rounded=0;" value="">
          <mxGeometry height="50" relative="1" width="50" as="geometry">
            <mxPoint x="-200" y="1050" as="sourcePoint" />
            <mxPoint x="130" y="1050" as="targetPoint" />
          </mxGeometry>
        </mxCell>
        <mxCell id="YvKMwsqnfYFEgG-n85V9-467" parent="1" style="text;html=1;whiteSpace=wrap;strokeColor=none;fillColor=none;align=center;verticalAlign=middle;rounded=0;" value="SW9" vertex="1">
          <mxGeometry height="30" width="60" x="-200" y="1010" as="geometry" />
        </mxCell>
        <mxCell id="YvKMwsqnfYFEgG-n85V9-469" edge="1" parent="1" source="YvKMwsqnfYFEgG-n85V9-457" style="endArrow=none;html=1;rounded=0;exitX=0;exitY=1;exitDx=0;exitDy=0;" value="">
          <mxGeometry height="50" relative="1" width="50" as="geometry">
            <Array as="points">
              <mxPoint x="80" y="1410" />
            </Array>
            <mxPoint x="10" y="1360" as="sourcePoint" />
            <mxPoint x="80" y="1560" as="targetPoint" />
          </mxGeometry>
        </mxCell>
        <mxCell id="YvKMwsqnfYFEgG-n85V9-470" edge="1" parent="1" style="endArrow=none;html=1;rounded=0;entryX=-0.008;entryY=0.933;entryDx=0;entryDy=0;entryPerimeter=0;" target="YvKMwsqnfYFEgG-n85V9-441" value="">
          <mxGeometry height="50" relative="1" width="50" as="geometry">
            <Array as="points">
              <mxPoint x="80" y="1322" />
            </Array>
            <mxPoint x="80" y="1410" as="sourcePoint" />
            <mxPoint x="60" y="1310" as="targetPoint" />
          </mxGeometry>
        </mxCell>
        <mxCell id="YvKMwsqnfYFEgG-n85V9-471" parent="1" style="text;html=1;whiteSpace=wrap;strokeColor=none;fillColor=none;align=center;verticalAlign=middle;rounded=0;" value="CLOCK_50" vertex="1">
          <mxGeometry height="30" width="60" x="860" y="1530" as="geometry" />
        </mxCell>
        <mxCell id="YvKMwsqnfYFEgG-n85V9-473" parent="1" style="text;html=1;whiteSpace=wrap;strokeColor=none;fillColor=none;align=center;verticalAlign=middle;rounded=0;" value="KEY0" vertex="1">
          <mxGeometry height="30" width="60" x="-200" y="880" as="geometry" />
        </mxCell>
        <mxCell id="YvKMwsqnfYFEgG-n85V9-474" parent="1" style="text;html=1;whiteSpace=wrap;strokeColor=none;fillColor=none;align=center;verticalAlign=middle;rounded=0;" value="KEY1" vertex="1">
          <mxGeometry height="30" width="60" x="-200" y="940" as="geometry" />
        </mxCell>
        <mxCell id="YvKMwsqnfYFEgG-n85V9-476" parent="1" style="text;html=1;whiteSpace=wrap;strokeColor=none;fillColor=none;align=center;verticalAlign=middle;rounded=0;" value="saida_hex0[6:0]" vertex="1">
          <mxGeometry height="30" width="60" x="2530" y="1080" as="geometry" />
        </mxCell>
        <mxCell id="YvKMwsqnfYFEgG-n85V9-477" parent="1" style="text;html=1;whiteSpace=wrap;strokeColor=none;fillColor=none;align=center;verticalAlign=middle;rounded=0;" value="saida_hex1[6:0]" vertex="1">
          <mxGeometry height="30" width="60" x="2530" y="1120" as="geometry" />
        </mxCell>
        <mxCell id="YvKMwsqnfYFEgG-n85V9-478" parent="1" style="text;html=1;whiteSpace=wrap;strokeColor=none;fillColor=none;align=center;verticalAlign=middle;rounded=0;" value="saida_led0" vertex="1">
          <mxGeometry height="30" width="60" x="2540" y="1272.5" as="geometry" />
        </mxCell>
        <mxCell id="YvKMwsqnfYFEgG-n85V9-479" parent="1" style="text;html=1;whiteSpace=wrap;strokeColor=none;fillColor=none;align=center;verticalAlign=middle;rounded=0;" value="saida_led1" vertex="1">
          <mxGeometry height="30" width="60" x="2540" y="1320" as="geometry" />
        </mxCell>
        <mxCell id="YvKMwsqnfYFEgG-n85V9-480" parent="1" style="text;html=1;whiteSpace=wrap;strokeColor=none;fillColor=none;align=center;verticalAlign=middle;rounded=0;" value="saida_led2" vertex="1">
          <mxGeometry height="30" width="60" x="2540" y="1370" as="geometry" />
        </mxCell>
        <mxCell id="YvKMwsqnfYFEgG-n85V9-482" parent="1" style="text;html=1;whiteSpace=wrap;strokeColor=none;fillColor=none;align=center;verticalAlign=middle;rounded=0;" value="estacionamento_lotado" vertex="1">
          <mxGeometry height="30" width="60" x="250" y="790" as="geometry" />
        </mxCell>
        <mxCell id="YvKMwsqnfYFEgG-n85V9-483" parent="1" style="text;html=1;whiteSpace=wrap;strokeColor=none;fillColor=none;align=center;verticalAlign=middle;rounded=0;" value="vaga_disponivel" vertex="1">
          <mxGeometry height="30" width="60" x="384" y="790" as="geometry" />
        </mxCell>
        <mxCell id="YvKMwsqnfYFEgG-n85V9-484" parent="1" style="text;whiteSpace=wrap;html=1;" value="estacionamento_vazio" vertex="1">
          <mxGeometry height="40" width="150" x="500" y="790" as="geometry" />
        </mxCell>
+         <mxCell id="_cmVpVI6DKqRYEdpig0H-1" parent="1" style="text;html=1;whiteSpace=wrap;strokeColor=none;fillColor=none;align=center;verticalAlign=middle;rounded=0;" value="&lt;b&gt;&lt;font style=&quot;font-size: 36px;&quot;&gt;BLOCO OPERACIONAL&lt;/font&gt;&lt;/b&gt;" vertex="1">
+           <mxGeometry height="65" width="450" x="1530" y="832.5" as="geometry" />
+         </mxCell>
+         <mxCell id="_cmVpVI6DKqRYEdpig0H-2" parent="1" style="text;html=1;whiteSpace=wrap;strokeColor=none;fillColor=none;align=center;verticalAlign=middle;rounded=0;" value="&lt;b&gt;&lt;font style=&quot;font-size: 36px;&quot;&gt;BLOCO DE CONTROLE&lt;/font&gt;&lt;/b&gt;" vertex="1">
+           <mxGeometry height="65" width="450" x="170" y="1095" as="geometry" />
+         </mxCell>
      </root>
    </mxGraphModel>
  </diagram>
</mxfile>
